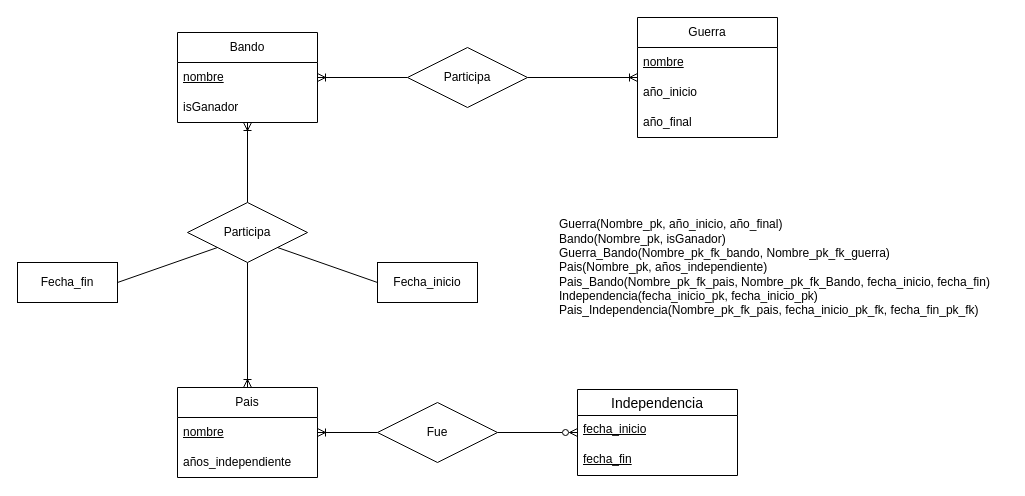
Earlier version of the draw.io diagram page "Página-1" (1 of 2) of TA12Ej4.drawio (AlejandroCara/acr-tsys-modeloER-drawio-1110). Source tidied: cells renumbered, new cells numbered last; positions are measured from the earlier drawing's top-left corner, leaving out a move shared by most shapes. Both pictures are drawn from the tidied source at 100%, with x=0, y=0 at pixel (17, 17).
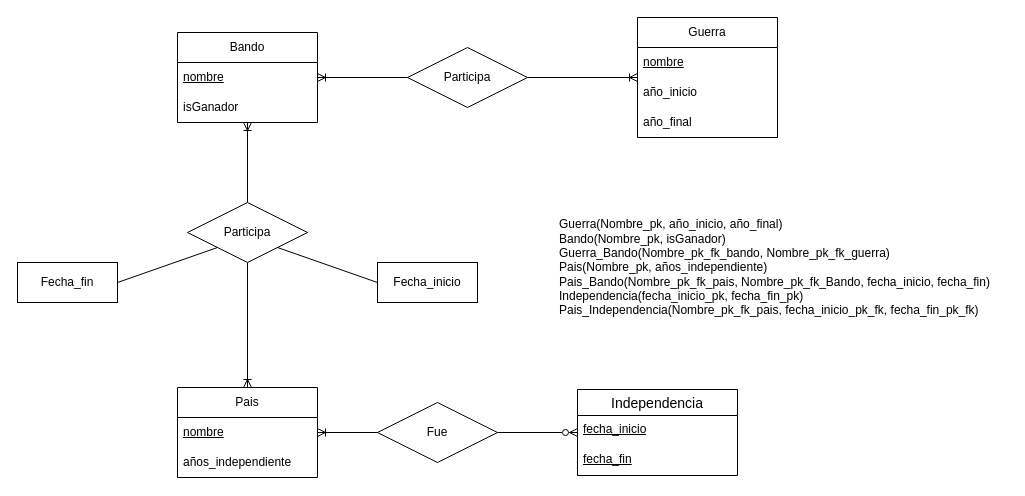
The same diagram, later.

Commit message:
Se habia repetido un atributo en el modelo relacionalTA12Ej4.drawio

Change to the diagram source:
```diff
@@
-    <mxCell id="28" value="&lt;div align=&quot;left&quot;&gt;Guerra(Nombre_pk, año_inicio, año_final)&lt;/div&gt;&lt;div align=&quot;left&quot;&gt;Bando(Nombre_pk, isGanador)&lt;/div&gt;&lt;div align=&quot;left&quot;&gt;Guerra_Bando(Nombre_pk_fk_bando, Nombre_pk_fk_guerra)&lt;/div&gt;&lt;div align=&quot;left&quot;&gt;Pais(Nombre_pk, años_independiente)&lt;/div&gt;&lt;div align=&quot;left&quot;&gt;Pais_Bando(Nombre_pk_fk_pais, Nombre_pk_fk_Bando, fecha_inicio, fecha_fin)&lt;/div&gt;&lt;div align=&quot;left&quot;&gt;Independencia(fecha_inicio_pk, fecha_inicio_pk)&lt;/div&gt;&lt;div align=&quot;left&quot;&gt;Pais_Independencia(Nombre_pk_fk_pais, fecha_inicio_pk_fk, fecha_fin_pk_fk)&lt;br&gt; &lt;/div&gt;" style="text;html=1;strokeColor=none;fillColor=none;align=left;verticalAlign=middle;whiteSpace=wrap;rounded=0;" parent="1" vertex="1">
+    <mxCell id="28" value="&lt;div align=&quot;left&quot;&gt;Guerra(Nombre_pk, año_inicio, año_final)&lt;/div&gt;&lt;div align=&quot;left&quot;&gt;Bando(Nombre_pk, isGanador)&lt;/div&gt;&lt;div align=&quot;left&quot;&gt;Guerra_Bando(Nombre_pk_fk_bando, Nombre_pk_fk_guerra)&lt;/div&gt;&lt;div align=&quot;left&quot;&gt;Pais(Nombre_pk, años_independiente)&lt;/div&gt;&lt;div align=&quot;left&quot;&gt;Pais_Bando(Nombre_pk_fk_pais, Nombre_pk_fk_Bando, fecha_inicio, fecha_fin)&lt;/div&gt;&lt;div align=&quot;left&quot;&gt;Independencia(fecha_inicio_pk, fecha_fin_pk)&lt;/div&gt;&lt;div align=&quot;left&quot;&gt;Pais_Independencia(Nombre_pk_fk_pais, fecha_inicio_pk_fk, fecha_fin_pk_fk)&lt;br&gt; &lt;/div&gt;" style="text;html=1;strokeColor=none;fillColor=none;align=left;verticalAlign=middle;whiteSpace=wrap;rounded=0;" parent="1" vertex="1">
       <mxGeometry x="540" y="185" width="450" height="130" as="geometry" />
     </mxCell>
```
